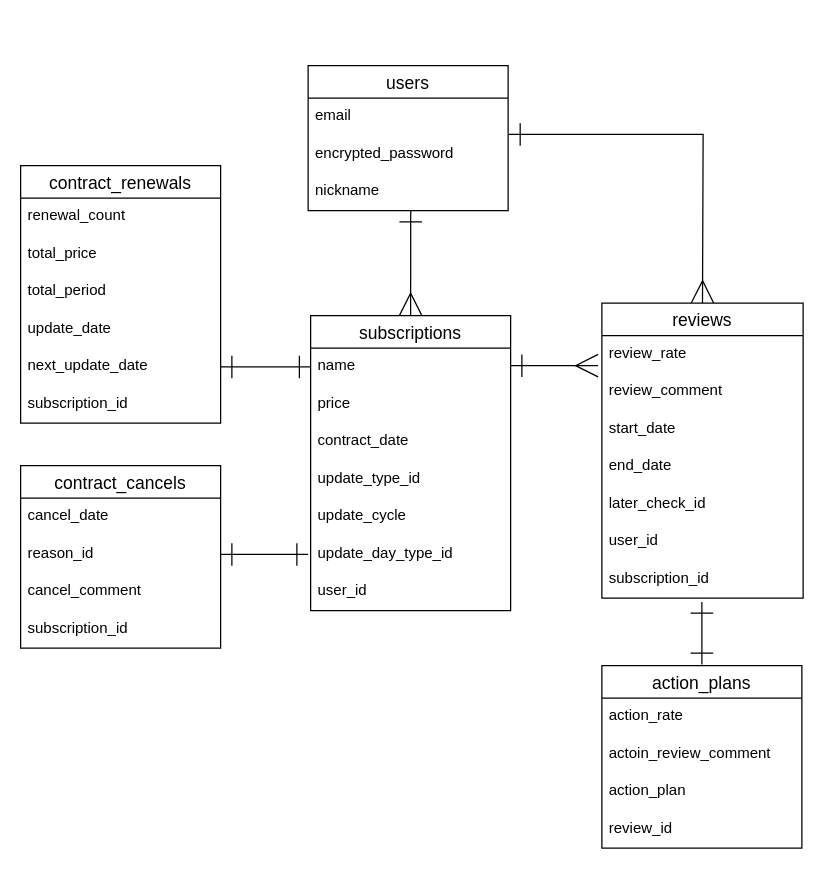
Earlier version of the draw.io diagram er_dia.dio (28niwa2108/look-back). Source tidied: cells renumbered, new cells numbered last; positions are measured from the earlier drawing's top-left corner, leaving out a move shared by most shapes. Both pictures are drawn from the tidied source at 125%, with x=0, y=0 at pixel (20, 65).
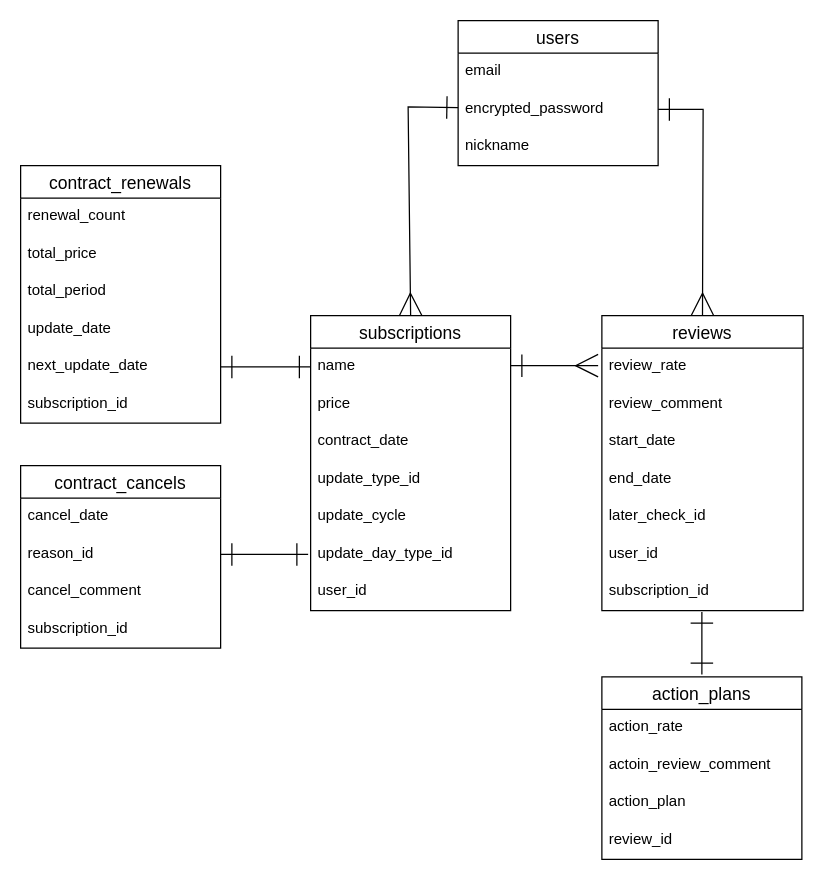
After the change.

Commit message (it also covers changes not shown here):
[README]アップデート

Unchanged cells that the change refers to:
```xml
<mxCell id="4" value="encrypted_password" style="text;strokeColor=none;fillColor=none;spacingLeft=4;spacingRight=4;overflow=hidden;points=[[0,0.5],[1,0.5]];portConstraint=eastwest;fontSize=12;" parent="2" vertex="1">
  <mxGeometry y="56" width="160" height="30" as="geometry" />
</mxCell>
<mxCell id="5" value="nickname" style="text;strokeColor=none;fillColor=none;spacingLeft=4;spacingRight=4;overflow=hidden;points=[[0,0.5],[1,0.5]];portConstraint=eastwest;fontSize=12;" parent="2" vertex="1">
  <mxGeometry y="86" width="160" height="30" as="geometry" />
</mxCell>
<mxCell id="7" value="subscriptions" style="swimlane;fontStyle=0;horizontal=1;startSize=26;align=center;fontSize=14;" parent="1" vertex="1">
  <mxGeometry x="232" y="200" width="160" height="236" as="geometry" />
</mxCell>
```

The edit, as a diff of the source:
```diff
@@
     <mxCell id="2" value="users" style="swimlane;fontStyle=0;horizontal=1;startSize=26;align=center;fontSize=14;" parent="1" vertex="1">
-      <mxGeometry x="230" width="160" height="116" as="geometry" />
+      <mxGeometry x="350" y="-36" width="160" height="116" as="geometry" />
     </mxCell>
@@
-    <mxCell id="6" style="edgeStyle=none;html=1;exitX=0.5;exitY=0;exitDx=0;exitDy=0;entryX=0.513;entryY=1;entryDx=0;entryDy=0;entryPerimeter=0;startArrow=ERmany;startFill=0;endArrow=ERone;endFill=0;startSize=16;endSize=16;" parent="1" edge="1" source="7" target="5">
-      <mxGeometry relative="1" as="geometry" />
+    <mxCell id="6" style="edgeStyle=none;html=1;exitX=0.5;exitY=0;exitDx=0;exitDy=0;startArrow=ERmany;startFill=0;endArrow=ERone;endFill=0;startSize=16;endSize=16;rounded=0;" parent="1" edge="1" source="7" target="4">
+      <mxGeometry relative="1" as="geometry">
+        <Array as="points">
+          <mxPoint x="310" y="33" />
+        </Array>
+      </mxGeometry>
     </mxCell>
@@
-    <mxCell id="28" style="edgeStyle=none;html=1;exitX=0.5;exitY=0;exitDx=0;exitDy=0;entryX=1.004;entryY=-0.033;entryDx=0;entryDy=0;entryPerimeter=0;startArrow=ERmany;startFill=0;endArrow=ERone;endFill=0;endSize=16;startSize=16;rounded=0;" parent="1" edge="1" source="29" target="4">
+    <mxCell id="28" style="edgeStyle=none;html=1;exitX=0.5;exitY=0;exitDx=0;exitDy=0;startArrow=ERmany;startFill=0;endArrow=ERone;endFill=0;endSize=16;startSize=16;rounded=0;entryX=1;entryY=0.5;entryDx=0;entryDy=0;" parent="1" edge="1" source="29" target="4">
       <mxGeometry relative="1" as="geometry">
         <Array as="points">
-          <mxPoint x="546" y="55" />
+          <mxPoint x="546" y="35" />
         </Array>
       </mxGeometry>
     </mxCell>
     <mxCell id="29" value="reviews" style="swimlane;fontStyle=0;horizontal=1;startSize=26;align=center;fontSize=14;" parent="1" vertex="1">
-      <mxGeometry x="465" y="190" width="161" height="236" as="geometry" />
+      <mxGeometry x="465" y="200" width="161" height="236" as="geometry" />
     </mxCell>
@@
     <mxCell id="37" style="edgeStyle=orthogonalEdgeStyle;rounded=0;orthogonalLoop=1;jettySize=auto;html=1;exitX=0.5;exitY=0;exitDx=0;exitDy=0;startArrow=ERone;startFill=0;endArrow=ERone;endFill=0;startSize=16;endSize=16;strokeWidth=1;" parent="1" edge="1">
       <mxGeometry relative="1" as="geometry">
-        <mxPoint x="545" y="479" as="sourcePoint" />
-        <mxPoint x="545" y="429" as="targetPoint" />
+        <mxPoint x="545" y="487" as="sourcePoint" />
+        <mxPoint x="545" y="437" as="targetPoint" />
       </mxGeometry>
     </mxCell>
     <mxCell id="38" value="action_plans" style="swimlane;fontStyle=0;horizontal=1;startSize=26;align=center;fontSize=14;" parent="1" vertex="1">
-      <mxGeometry x="465" y="480" width="160" height="146" as="geometry" />
+      <mxGeometry x="465" y="489" width="160" height="146" as="geometry" />
     </mxCell>
```
